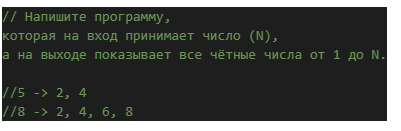
This is Ex03/diagram.drawio.png from marusssh/C-, a draw.io export, as it was before one commit. Source tidied: cells renumbered, new cells last; positions are measured from the earlier drawing's top-left corner, leaving out a move shared by most shapes. The source it was exported from:
```xml
<mxGraphModel>
  <root>
    <mxCell id="0" />
    <mxCell id="1" parent="0" />
    <mxCell id="2" value="&lt;div style=&quot;color: rgb(212 , 212 , 212) ; background-color: rgb(30 , 30 , 30) ; font-family: &amp;#34;consolas&amp;#34; , &amp;#34;courier new&amp;#34; , monospace ; font-weight: normal ; font-size: 14px ; line-height: 19px&quot;&gt;&lt;div&gt;&lt;span style=&quot;color: #6a9955&quot;&gt;// Напишите программу,&amp;nbsp;&lt;/span&gt;&lt;/div&gt;&lt;div&gt;&lt;span style=&quot;color: #6a9955&quot;&gt;которая на вход принимает число (N),&amp;nbsp;&lt;/span&gt;&lt;/div&gt;&lt;div&gt;&lt;span style=&quot;color: #6a9955&quot;&gt;а на выходе показывает все чётные числа от 1 до N.&lt;/span&gt;&lt;/div&gt;&lt;br&gt;&lt;div&gt;&lt;span style=&quot;color: #6a9955&quot;&gt;//5 -&amp;gt; 2, 4&lt;/span&gt;&lt;/div&gt;&lt;div&gt;&lt;span style=&quot;color: #6a9955&quot;&gt;//8 -&amp;gt; 2, 4, 6, 8&lt;/span&gt;&lt;/div&gt;&lt;/div&gt;" style="text;whiteSpace=wrap;html=1;" parent="1" vertex="1">
      <mxGeometry width="400" height="130" as="geometry" />
    </mxCell>
  </root>
</mxGraphModel>
```
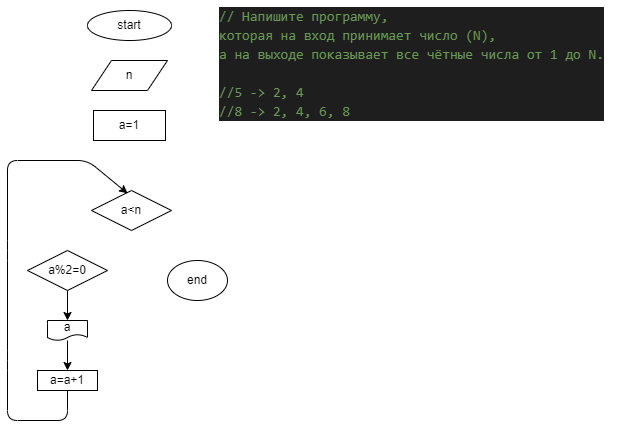
Later version of the same file.

Commit message:
Диаграмма+код

The edit, as a diff of the source:
```diff
@@ -5,5 +5,76 @@
     <mxCell id="2" value="&lt;div style=&quot;color: rgb(212 , 212 , 212) ; background-color: rgb(30 , 30 , 30) ; font-family: &amp;#34;consolas&amp;#34; , &amp;#34;courier new&amp;#34; , monospace ; font-weight: normal ; font-size: 14px ; line-height: 19px&quot;&gt;&lt;div&gt;&lt;span style=&quot;color: #6a9955&quot;&gt;// Напишите программу,&amp;nbsp;&lt;/span&gt;&lt;/div&gt;&lt;div&gt;&lt;span style=&quot;color: #6a9955&quot;&gt;которая на вход принимает число (N),&amp;nbsp;&lt;/span&gt;&lt;/div&gt;&lt;div&gt;&lt;span style=&quot;color: #6a9955&quot;&gt;а на выходе показывает все чётные числа от 1 до N.&lt;/span&gt;&lt;/div&gt;&lt;br&gt;&lt;div&gt;&lt;span style=&quot;color: #6a9955&quot;&gt;//5 -&amp;gt; 2, 4&lt;/span&gt;&lt;/div&gt;&lt;div&gt;&lt;span style=&quot;color: #6a9955&quot;&gt;//8 -&amp;gt; 2, 4, 6, 8&lt;/span&gt;&lt;/div&gt;&lt;/div&gt;" style="text;whiteSpace=wrap;html=1;" parent="1" vertex="1">
       <mxGeometry width="400" height="130" as="geometry" />
     </mxCell>
+    <mxCell id="3" style="edgeStyle=none;html=1;rounded=0;strokeColor=#FFFFFF;" parent="1" edge="1" source="4" target="6">
+      <mxGeometry relative="1" as="geometry" />
+    </mxCell>
+    <mxCell id="4" value="start" style="ellipse;whiteSpace=wrap;html=1;rounded=0;" parent="1" vertex="1">
+      <mxGeometry x="-130" y="10" width="84" height="30" as="geometry" />
+    </mxCell>
+    <mxCell id="5" style="edgeStyle=none;html=1;rounded=0;strokeColor=#FFFFFF;" parent="1" edge="1" source="6" target="8">
+      <mxGeometry relative="1" as="geometry" />
+    </mxCell>
+    <mxCell id="6" value="n" style="shape=parallelogram;perimeter=parallelogramPerimeter;whiteSpace=wrap;html=1;fixedSize=1;rounded=0;" parent="1" vertex="1">
+      <mxGeometry x="-126" y="60" width="76" height="30" as="geometry" />
+    </mxCell>
+    <mxCell id="7" style="edgeStyle=none;html=1;rounded=0;strokeColor=#FFFFFF;" parent="1" edge="1" source="8" target="11">
+      <mxGeometry relative="1" as="geometry" />
+    </mxCell>
+    <mxCell id="8" value="a=1" style="rounded=0;whiteSpace=wrap;html=1;" parent="1" vertex="1">
+      <mxGeometry x="-124" y="110" width="72" height="30" as="geometry" />
+    </mxCell>
+    <mxCell id="9" style="edgeStyle=none;html=1;rounded=0;strokeColor=#FFFFFF;entryX=0.5;entryY=0;entryDx=0;entryDy=0;" parent="1" edge="1" source="11" target="14">
+      <mxGeometry relative="1" as="geometry">
+        <Array as="points">
+          <mxPoint x="-20" y="210" />
+        </Array>
+      </mxGeometry>
+    </mxCell>
+    <mxCell id="10" style="edgeStyle=none;html=1;rounded=0;strokeColor=#FFFFFF;entryX=0.5;entryY=0;entryDx=0;entryDy=0;" parent="1" edge="1" source="11" target="18">
+      <mxGeometry relative="1" as="geometry">
+        <Array as="points">
+          <mxPoint x="-150" y="210" />
+        </Array>
+      </mxGeometry>
+    </mxCell>
+    <mxCell id="11" value="a&amp;lt;n" style="rhombus;whiteSpace=wrap;html=1;rounded=0;" parent="1" vertex="1">
+      <mxGeometry x="-126" y="190" width="80" height="40" as="geometry" />
+    </mxCell>
+    <mxCell id="12" value="yes&lt;br&gt;" style="text;html=1;align=center;verticalAlign=middle;strokeColor=none;fillColor=none;rounded=0;fontColor=#FFFFFF;" parent="1" vertex="1">
+      <mxGeometry x="-150" y="190" width="30" height="20" as="geometry" />
+    </mxCell>
+    <mxCell id="13" value="no" style="text;html=1;align=center;verticalAlign=middle;strokeColor=none;fillColor=none;rounded=0;fontColor=#FFFFFF;" parent="1" vertex="1">
+      <mxGeometry x="-46" y="190" width="30" height="20" as="geometry" />
+    </mxCell>
+    <mxCell id="14" value="end" style="ellipse;whiteSpace=wrap;html=1;rounded=0;" parent="1" vertex="1">
+      <mxGeometry x="-50" y="260" width="60" height="40" as="geometry" />
+    </mxCell>
+    <mxCell id="15" style="edgeStyle=none;html=1;exitX=0.5;exitY=1;exitDx=0;exitDy=0;entryX=0.451;entryY=0.072;entryDx=0;entryDy=0;entryPerimeter=0;" parent="1" edge="1" source="16" target="11">
+      <mxGeometry relative="1" as="geometry">
+        <Array as="points">
+          <mxPoint x="-150" y="420" />
+          <mxPoint x="-210" y="420" />
+          <mxPoint x="-210" y="360" />
+          <mxPoint x="-210" y="250" />
+          <mxPoint x="-210" y="160" />
+          <mxPoint x="-130" y="160" />
+        </Array>
+      </mxGeometry>
+    </mxCell>
+    <mxCell id="16" value="a=a+1" style="whiteSpace=wrap;html=1;rounded=0;" parent="1" vertex="1">
+      <mxGeometry x="-180" y="370" width="60" height="20" as="geometry" />
+    </mxCell>
+    <mxCell id="17" style="edgeStyle=none;html=1;" parent="1" edge="1" source="18" target="20">
+      <mxGeometry relative="1" as="geometry" />
+    </mxCell>
+    <mxCell id="18" value="a%2=0" style="rhombus;whiteSpace=wrap;html=1;rounded=0;" parent="1" vertex="1">
+      <mxGeometry x="-190" y="250" width="80" height="40" as="geometry" />
+    </mxCell>
+    <mxCell id="19" style="edgeStyle=none;html=1;" parent="1" edge="1" source="20" target="16">
+      <mxGeometry relative="1" as="geometry" />
+    </mxCell>
+    <mxCell id="20" value="a" style="shape=document;whiteSpace=wrap;html=1;boundedLbl=1;rounded=0;" parent="1" vertex="1">
+      <mxGeometry x="-170" y="320" width="40" height="20" as="geometry" />
+    </mxCell>
   </root>
 </mxGraphModel>
```
